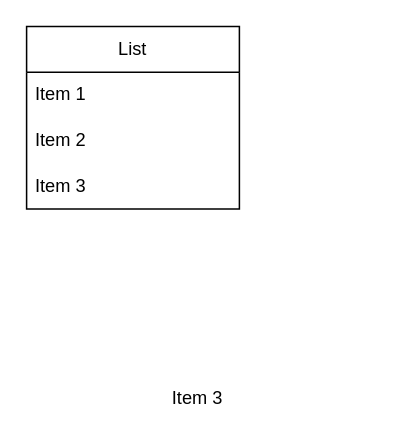
Above: test.drawio in TramLeManh/Games2D-projects (draw.io), before the change. Source tidied: cells renumbered, new cells numbered last; positions are measured from the earlier drawing's top-left corner, leaving out a move shared by most shapes. Both pictures are drawn from the tidied source at 152%, with x=0, y=0 at pixel (26, 26).
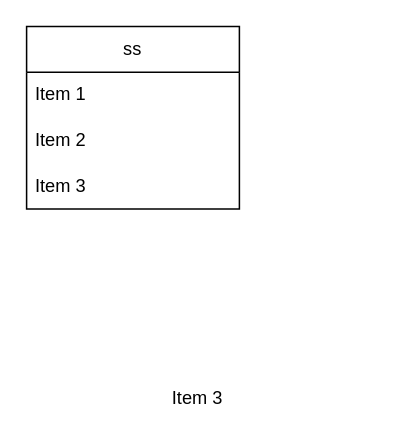
After the change.

The edit, as a diff of the source:
```diff
@@
 <mxGraphModel>
   <root>
     <mxCell id="0" />
     <mxCell id="1" parent="0" />
-    <mxCell id="2" value="List" style="swimlane;fontStyle=0;horizontal=1;startSize=30;whiteSpace=wrap;html=1;" parent="1" vertex="1">
+    <mxCell id="2" value="ss" style="swimlane;fontStyle=0;horizontal=1;startSize=30;whiteSpace=wrap;html=1;" parent="1" vertex="1">
       <mxGeometry width="140" height="120" as="geometry" />
     </mxCell>
     <mxCell id="3" value="Item 1" style="text;strokeColor=none;fillColor=none;align=left;verticalAlign=middle;spacingLeft=4;spacingRight=4;overflow=hidden;whiteSpace=wrap;html=1;" parent="2" vertex="1">
       <mxGeometry y="30" width="140" height="30" as="geometry" />
     </mxCell>
     <mxCell id="4" value="Item 2" style="text;strokeColor=none;fillColor=none;align=left;verticalAlign=middle;spacingLeft=4;spacingRight=4;overflow=hidden;whiteSpace=wrap;html=1;" parent="2" vertex="1">
       <mxGeometry y="60" width="140" height="30" as="geometry" />
     </mxCell>
     <mxCell id="5" value="Item 3" style="text;strokeColor=none;fillColor=none;align=left;verticalAlign=middle;spacingLeft=4;spacingRight=4;overflow=hidden;whiteSpace=wrap;html=1;" parent="2" vertex="1">
       <mxGeometry y="90" width="140" height="30" as="geometry" />
     </mxCell>
     <mxCell id="6" value="Item 3" style="text;strokeColor=none;fillColor=none;align=left;verticalAlign=middle;spacingLeft=4;spacingRight=4;overflow=hidden;whiteSpace=wrap;html=1;" parent="1" vertex="1">
       <mxGeometry x="90" y="230" width="140" height="30" as="geometry" />
     </mxCell>
   </root>
 </mxGraphModel>
```
